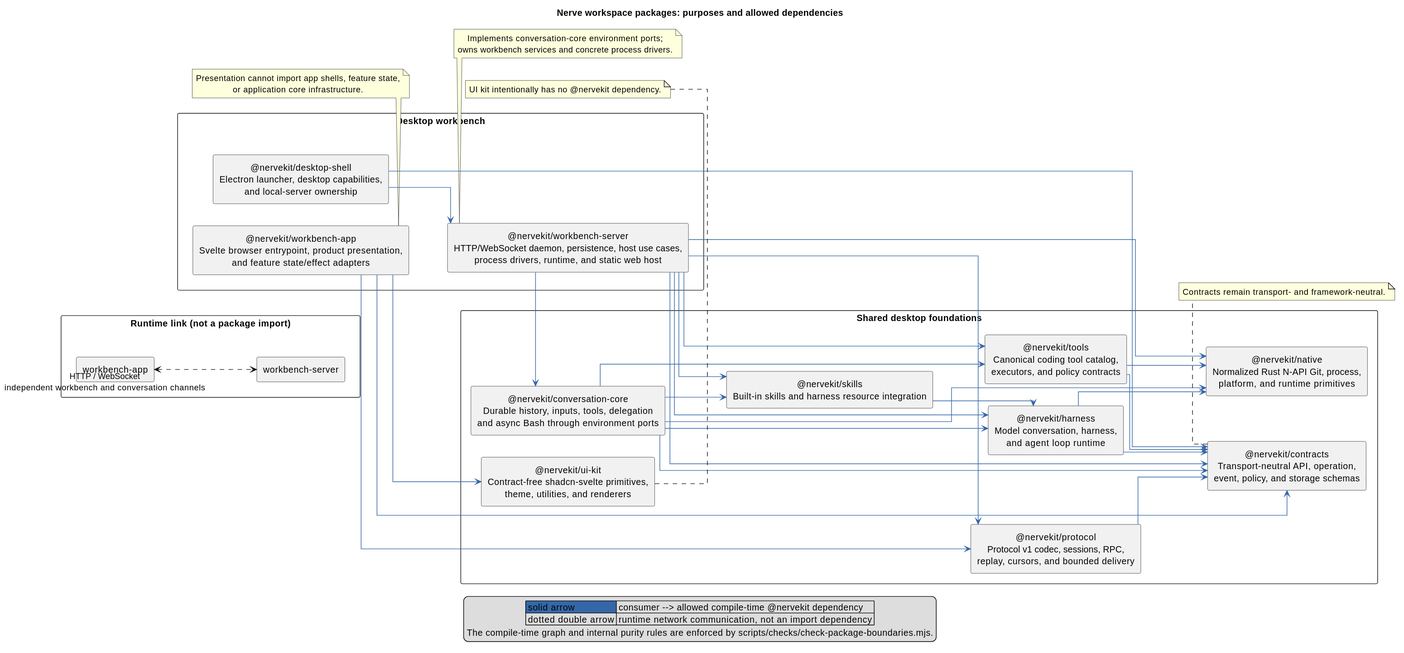
ThilinaTLM/nerve keeps this PlantUML diagram as packages/website/public/diagrams/02-package-dependencies.svg. Above is the earlier version.
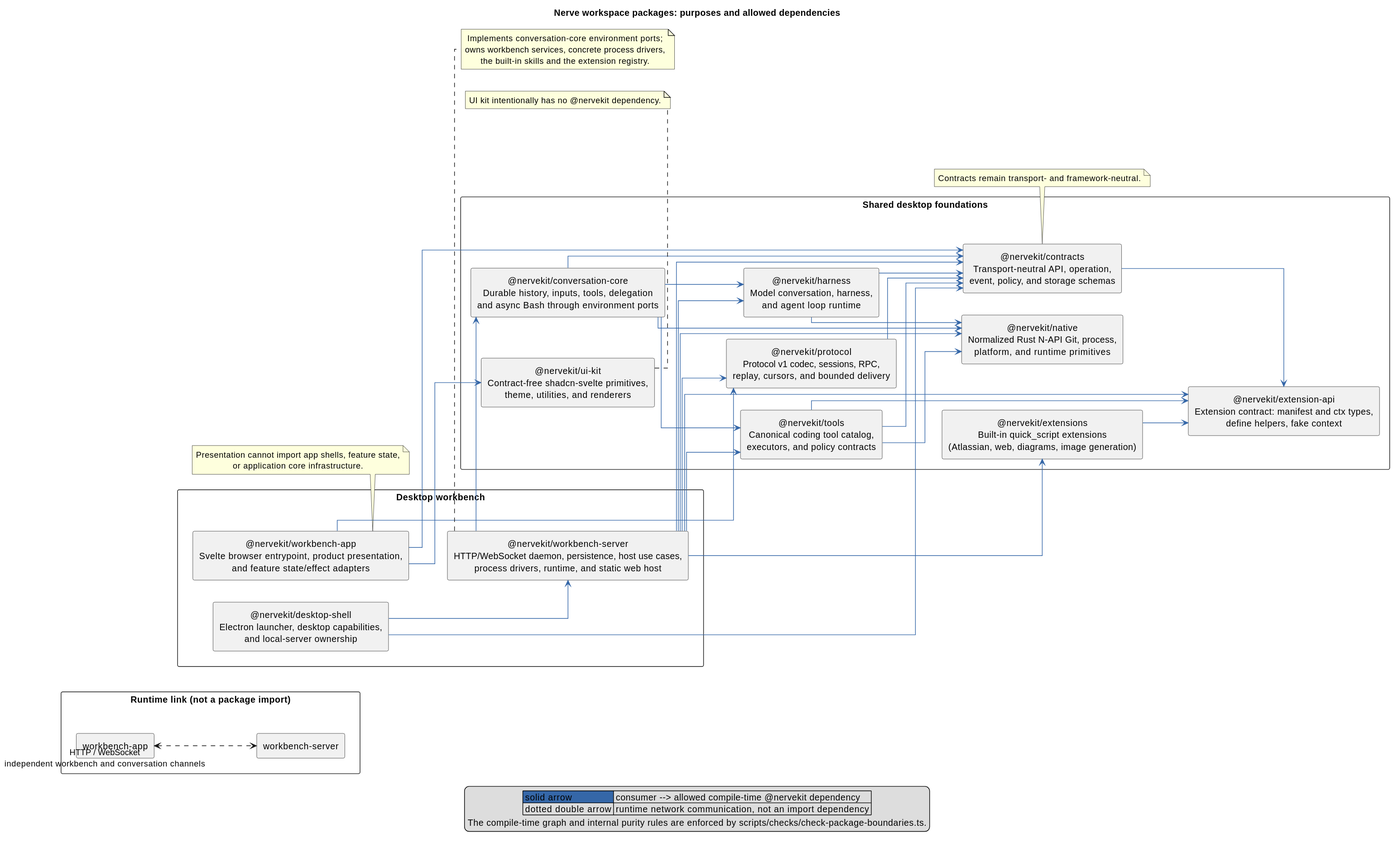
Later version of the same file.

What changed in the source:
```diff
@@ -12,7 +12,8 @@
   component "@nervekit/contracts\nTransport-neutral API, operation,\nevent, policy, and storage schemas" as contracts
   component "@nervekit/protocol\nProtocol v1 codec, sessions, RPC,\nreplay, cursors, and bounded delivery" as protocol
   component "@nervekit/harness\nModel conversation, harness,\nand agent loop runtime" as harness
-  component "@nervekit/skills\nBuilt-in skills and harness resource integration" as skills
+  component "@nervekit/extension-api\nExtension contract: manifest and ctx types,\ndefine helpers, fake context" as extension_api
+  component "@nervekit/extensions\nBuilt-in quick_script extensions\n(Atlassian, web, diagrams, image generation)" as extensions
   component "@nervekit/conversation-core\nDurable history, inputs, tools, delegation\nand async Bash through environment ports" as core
   component "@nervekit/tools\nCanonical coding tool catalog,\nexecutors, and policy contracts" as tools
   component "@nervekit/native\nNormalized Rust N-API Git, process,\nplatform, and runtime primitives" as native
@@ -28,17 +29,19 @@
 protocol -[#3567a8]-> contracts
 harness -[#3567a8]-> contracts
 harness -[#3567a8]-> native
-skills -[#3567a8]-> harness
+contracts -[#3567a8]-> extension_api
+extensions -[#3567a8]-> extension_api
 core -[#3567a8]-> contracts
 core -[#3567a8]-> native
 core -[#3567a8]-> harness
-core -[#3567a8]-> skills
 core -[#3567a8]-> tools
 tools -[#3567a8]-> contracts
 tools -[#3567a8]-> native
+tools -[#3567a8]-> extension_api
 
 workbench_server -[#3567a8]-> core
-workbench_server -[#3567a8]-> skills
+workbench_server -[#3567a8]-> extensions
+workbench_server -[#3567a8]-> extension_api
 workbench_server -[#3567a8]-> contracts
 workbench_server -[#3567a8]-> protocol
 workbench_server -[#3567a8]-> harness
@@ -65,7 +68,8 @@
 end note
 note bottom of workbench_server
   Implements conversation-core environment ports;
-  owns workbench services and concrete process drivers.
+  owns workbench services, concrete process drivers,
+  the built-in skills and the extension registry.
 end note
 note bottom of workbench_app
   Presentation cannot import app shells, feature state,
@@ -75,6 +79,6 @@
 legend bottom
   |<#3567a8> solid arrow | consumer --> allowed compile-time @nervekit dependency |
   | dotted double arrow | runtime network communication, not an import dependency |
-  The compile-time graph and internal purity rules are enforced by scripts/checks/check-package-boundaries.mjs.
+  The compile-time graph and internal purity rules are enforced by scripts/checks/check-package-boundaries.ts.
 endlegend
 @enduml
```
